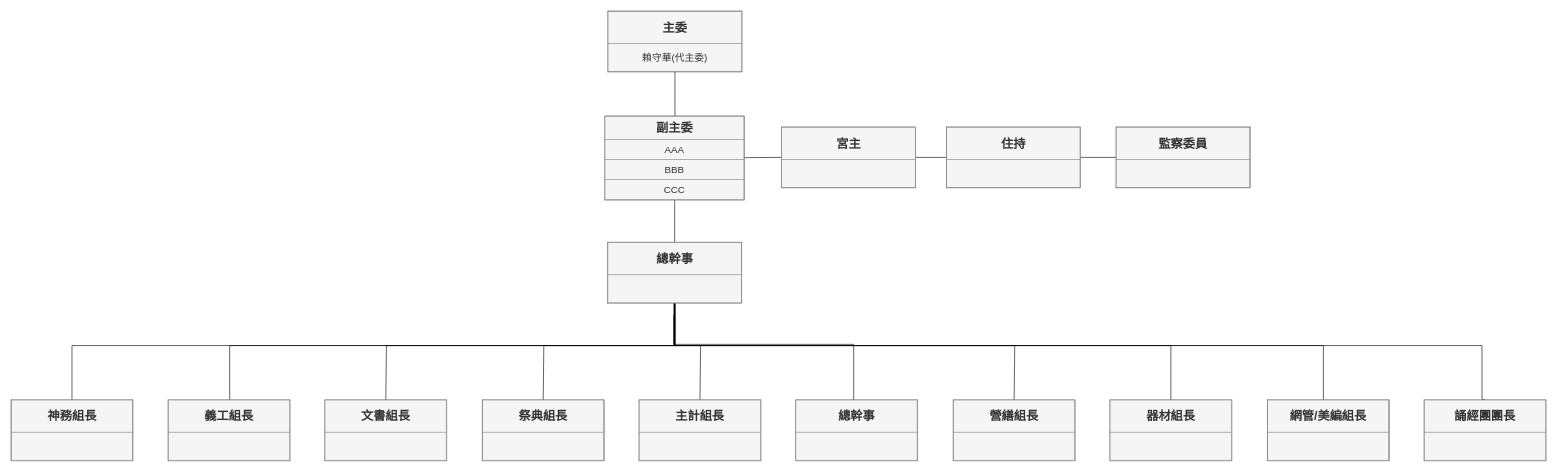
Above: Untitled Diagram.drawio in hahalin/ASPNETClass (draw.io), before the change. Source tidied: cells renumbered, new cells numbered last; positions are measured from the earlier drawing's top-left corner, leaving out a move shared by most shapes. Both pictures are drawn from the tidied source at 61%, with x=0, y=0 at pixel (10, 10).
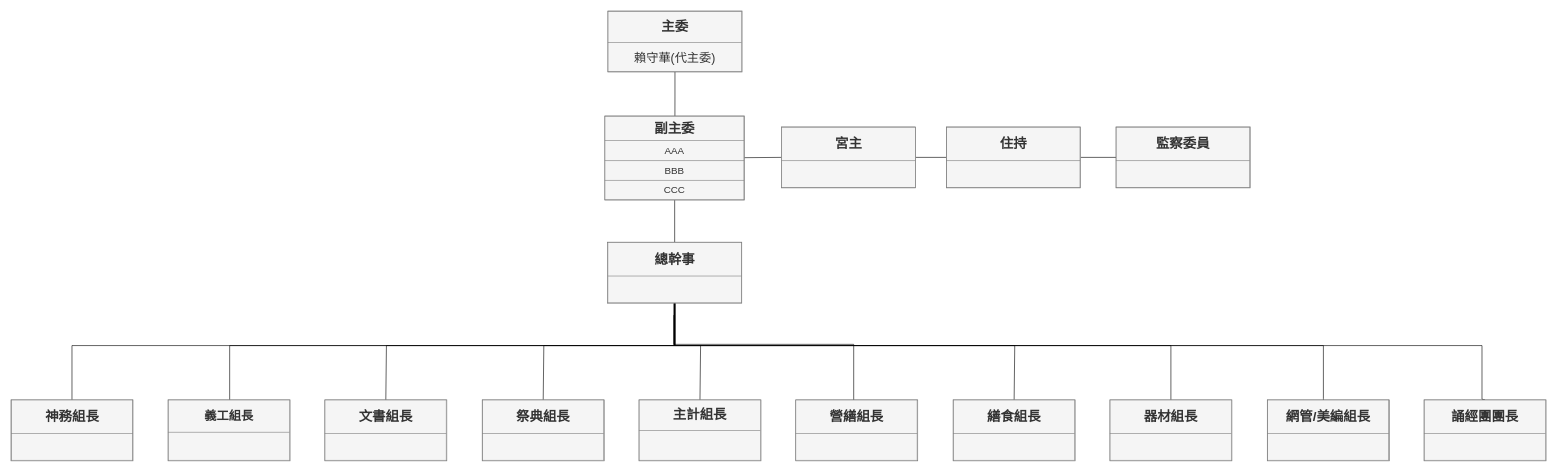
Above is the later version.

Commit message:
寶聖委員組織圖.drawio

What changed in the source:
```diff
@@
-    <mxCell id="11" value="&lt;table border=&quot;1&quot; width=&quot;100%&quot; cellpadding=&quot;4&quot; style=&quot;width: 100% ; height: 100% ; border-collapse: collapse ; font-size: 16px&quot;&gt;&lt;tbody&gt;&lt;tr&gt;&lt;th align=&quot;center&quot;&gt;&lt;b&gt;&lt;font style=&quot;font-size: 20px&quot;&gt;副主委&lt;/font&gt;&lt;/b&gt;&lt;/th&gt;&lt;/tr&gt;&lt;tr&gt;&lt;td align=&quot;center&quot;&gt;&lt;font style=&quot;font-size: 16px&quot;&gt;AAA&lt;br&gt;&lt;/font&gt;&lt;/td&gt;&lt;/tr&gt;&lt;tr&gt;&lt;td align=&quot;center&quot;&gt;&lt;font style=&quot;font-size: 16px&quot;&gt;BBB&lt;/font&gt;&lt;/td&gt;&lt;/tr&gt;&lt;tr&gt;&lt;td style=&quot;text-align: center&quot;&gt;&lt;font style=&quot;font-size: 16px&quot;&gt;CCC&lt;/font&gt;&lt;/td&gt;&lt;/tr&gt;&lt;/tbody&gt;&lt;/table&gt;&lt;br style=&quot;font-size: 16px&quot;&gt;" style="text;html=1;overflow=fill;rounded=0;fillColor=#f5f5f5;strokeColor=#666666;fontColor=#333333;" parent="1" vertex="1">
+    <mxCell id="11" value="&lt;table border=&quot;1&quot; width=&quot;100%&quot; cellpadding=&quot;4&quot; style=&quot;width: 100% ; height: 100% ; border-collapse: collapse ; font-size: 16px&quot;&gt;&lt;tbody&gt;&lt;tr&gt;&lt;th align=&quot;center&quot;&gt;&lt;b&gt;&lt;font style=&quot;font-size: 22px&quot;&gt;副主委&lt;/font&gt;&lt;/b&gt;&lt;/th&gt;&lt;/tr&gt;&lt;tr&gt;&lt;td align=&quot;center&quot;&gt;&lt;font style=&quot;font-size: 16px&quot;&gt;AAA&lt;br&gt;&lt;/font&gt;&lt;/td&gt;&lt;/tr&gt;&lt;tr&gt;&lt;td align=&quot;center&quot;&gt;&lt;font style=&quot;font-size: 16px&quot;&gt;BBB&lt;/font&gt;&lt;/td&gt;&lt;/tr&gt;&lt;tr&gt;&lt;td style=&quot;text-align: center&quot;&gt;&lt;font style=&quot;font-size: 16px&quot;&gt;CCC&lt;/font&gt;&lt;/td&gt;&lt;/tr&gt;&lt;/tbody&gt;&lt;/table&gt;&lt;br style=&quot;font-size: 16px&quot;&gt;" style="text;html=1;overflow=fill;rounded=0;fillColor=#f5f5f5;strokeColor=#666666;fontColor=#333333;" parent="1" vertex="1">
       <mxGeometry x="974" y="172.5" width="229" height="138" as="geometry" />
     </mxCell>
-    <mxCell id="12" value="&lt;table border=&quot;1&quot; width=&quot;100%&quot; cellpadding=&quot;4&quot; style=&quot;width: 100% ; height: 100% ; border-collapse: collapse ; font-size: 16px&quot;&gt;&lt;tbody&gt;&lt;tr&gt;&lt;th align=&quot;center&quot;&gt;&lt;b&gt;&lt;font style=&quot;font-size: 20px&quot;&gt;主委&lt;/font&gt;&lt;/b&gt;&lt;/th&gt;&lt;/tr&gt;&lt;tr&gt;&lt;td align=&quot;center&quot;&gt;賴守華(代主委)&lt;/td&gt;&lt;/tr&gt;&lt;/tbody&gt;&lt;/table&gt;&lt;br style=&quot;font-size: 16px&quot;&gt;" style="text;html=1;overflow=fill;rounded=0;fillColor=#f5f5f5;strokeColor=#666666;fontColor=#333333;" parent="1" vertex="1">
+    <mxCell id="12" value="&lt;table border=&quot;1&quot; width=&quot;100%&quot; cellpadding=&quot;4&quot; style=&quot;width: 100% ; height: 100% ; border-collapse: collapse ; font-size: 20px&quot;&gt;&lt;tbody&gt;&lt;tr&gt;&lt;th align=&quot;center&quot;&gt;&lt;b&gt;&lt;font style=&quot;font-size: 22px&quot;&gt;主委&lt;/font&gt;&lt;/b&gt;&lt;/th&gt;&lt;/tr&gt;&lt;tr&gt;&lt;td align=&quot;center&quot;&gt;&lt;font style=&quot;font-size: 20px&quot;&gt;賴守華(代主委)&lt;/font&gt;&lt;/td&gt;&lt;/tr&gt;&lt;/tbody&gt;&lt;/table&gt;&lt;br style=&quot;font-size: 20px&quot;&gt;" style="text;html=1;overflow=fill;rounded=0;fillColor=#f5f5f5;strokeColor=#666666;fontColor=#333333;" parent="1" vertex="1">
       <mxGeometry x="979" y="0.5" width="220" height="100" as="geometry" />
     </mxCell>
-    <mxCell id="13" value="&lt;table border=&quot;1&quot; width=&quot;100%&quot; cellpadding=&quot;4&quot; style=&quot;width: 100% ; height: 100% ; border-collapse: collapse ; font-size: 16px&quot;&gt;&lt;tbody&gt;&lt;tr&gt;&lt;th align=&quot;center&quot;&gt;&lt;b&gt;&lt;font style=&quot;font-size: 20px&quot;&gt;宮主&lt;/font&gt;&lt;/b&gt;&lt;/th&gt;&lt;/tr&gt;&lt;tr&gt;&lt;td align=&quot;center&quot;&gt;&lt;br&gt;&lt;/td&gt;&lt;/tr&gt;&lt;/tbody&gt;&lt;/table&gt;&lt;br style=&quot;font-size: 16px&quot;&gt;" style="text;html=1;overflow=fill;rounded=0;fillColor=#f5f5f5;strokeColor=#666666;fontColor=#333333;" parent="1" vertex="1">
+    <mxCell id="13" value="&lt;table border=&quot;1&quot; width=&quot;100%&quot; cellpadding=&quot;4&quot; style=&quot;width: 100% ; height: 100% ; border-collapse: collapse ; font-size: 16px&quot;&gt;&lt;tbody&gt;&lt;tr&gt;&lt;th align=&quot;center&quot;&gt;&lt;b&gt;&lt;font style=&quot;font-size: 22px&quot;&gt;宮主&lt;/font&gt;&lt;/b&gt;&lt;/th&gt;&lt;/tr&gt;&lt;tr&gt;&lt;td align=&quot;center&quot;&gt;&lt;br&gt;&lt;/td&gt;&lt;/tr&gt;&lt;/tbody&gt;&lt;/table&gt;&lt;br style=&quot;font-size: 16px&quot;&gt;" style="text;html=1;overflow=fill;rounded=0;fillColor=#f5f5f5;strokeColor=#666666;fontColor=#333333;" parent="1" vertex="1">
       <mxGeometry x="1263.5" y="190.5" width="220" height="100" as="geometry" />
     </mxCell>
-    <mxCell id="14" value="&lt;table border=&quot;1&quot; width=&quot;100%&quot; cellpadding=&quot;4&quot; style=&quot;width: 100% ; height: 100% ; border-collapse: collapse ; font-size: 16px&quot;&gt;&lt;tbody&gt;&lt;tr&gt;&lt;th align=&quot;center&quot;&gt;&lt;b&gt;&lt;font style=&quot;font-size: 20px&quot;&gt;住持&lt;/font&gt;&lt;/b&gt;&lt;/th&gt;&lt;/tr&gt;&lt;tr&gt;&lt;td align=&quot;center&quot;&gt;&lt;br&gt;&lt;/td&gt;&lt;/tr&gt;&lt;/tbody&gt;&lt;/table&gt;&lt;br style=&quot;font-size: 16px&quot;&gt;" style="text;html=1;overflow=fill;rounded=0;fillColor=#f5f5f5;strokeColor=#666666;fontColor=#333333;" parent="1" vertex="1">
+    <mxCell id="14" value="&lt;table border=&quot;1&quot; width=&quot;100%&quot; cellpadding=&quot;4&quot; style=&quot;width: 100% ; height: 100% ; border-collapse: collapse ; font-size: 16px&quot;&gt;&lt;tbody&gt;&lt;tr&gt;&lt;th align=&quot;center&quot;&gt;&lt;b&gt;&lt;font style=&quot;font-size: 22px&quot;&gt;住持&lt;/font&gt;&lt;/b&gt;&lt;/th&gt;&lt;/tr&gt;&lt;tr&gt;&lt;td align=&quot;center&quot;&gt;&lt;br&gt;&lt;/td&gt;&lt;/tr&gt;&lt;/tbody&gt;&lt;/table&gt;&lt;br style=&quot;font-size: 16px&quot;&gt;" style="text;html=1;overflow=fill;rounded=0;fillColor=#f5f5f5;strokeColor=#666666;fontColor=#333333;" parent="1" vertex="1">
       <mxGeometry x="1534" y="190.5" width="220" height="100" as="geometry" />
     </mxCell>
-    <mxCell id="15" value="&lt;table border=&quot;1&quot; width=&quot;100%&quot; cellpadding=&quot;4&quot; style=&quot;width: 100% ; height: 100% ; border-collapse: collapse ; font-size: 16px&quot;&gt;&lt;tbody&gt;&lt;tr&gt;&lt;th align=&quot;center&quot;&gt;&lt;span style=&quot;font-size: 20px&quot;&gt;監察委員&lt;/span&gt;&lt;/th&gt;&lt;/tr&gt;&lt;tr&gt;&lt;td align=&quot;center&quot;&gt;&lt;br&gt;&lt;/td&gt;&lt;/tr&gt;&lt;/tbody&gt;&lt;/table&gt;&lt;br style=&quot;font-size: 16px&quot;&gt;" style="text;html=1;overflow=fill;rounded=0;fillColor=#f5f5f5;strokeColor=#666666;fontColor=#333333;" parent="1" vertex="1">
+    <mxCell id="15" value="&lt;table border=&quot;1&quot; width=&quot;100%&quot; cellpadding=&quot;4&quot; style=&quot;width: 100% ; height: 100% ; border-collapse: collapse ; font-size: 16px&quot;&gt;&lt;tbody&gt;&lt;tr&gt;&lt;th align=&quot;center&quot;&gt;&lt;font style=&quot;font-size: 22px&quot;&gt;監察委員&lt;/font&gt;&lt;/th&gt;&lt;/tr&gt;&lt;tr&gt;&lt;td align=&quot;center&quot;&gt;&lt;br&gt;&lt;/td&gt;&lt;/tr&gt;&lt;/tbody&gt;&lt;/table&gt;&lt;br style=&quot;font-size: 16px&quot;&gt;" style="text;html=1;overflow=fill;rounded=0;fillColor=#f5f5f5;strokeColor=#666666;fontColor=#333333;" parent="1" vertex="1">
       <mxGeometry x="1812" y="190.5" width="220" height="100" as="geometry" />
     </mxCell>
@@
-    <mxCell id="22" value="&lt;table border=&quot;1&quot; width=&quot;100%&quot; cellpadding=&quot;4&quot; style=&quot;width: 100% ; height: 100% ; border-collapse: collapse ; font-size: 16px&quot;&gt;&lt;tbody&gt;&lt;tr&gt;&lt;th align=&quot;center&quot;&gt;&lt;span style=&quot;font-size: 20px&quot;&gt;總幹事&lt;/span&gt;&lt;/th&gt;&lt;/tr&gt;&lt;tr&gt;&lt;td align=&quot;center&quot;&gt;&lt;br&gt;&lt;/td&gt;&lt;/tr&gt;&lt;/tbody&gt;&lt;/table&gt;&lt;br style=&quot;font-size: 16px&quot;&gt;" style="text;html=1;overflow=fill;rounded=0;fillColor=#f5f5f5;strokeColor=#666666;fontColor=#333333;" parent="1" vertex="1">
+    <mxCell id="22" value="&lt;table border=&quot;1&quot; width=&quot;100%&quot; cellpadding=&quot;4&quot; style=&quot;width: 100% ; height: 100% ; border-collapse: collapse ; font-size: 16px&quot;&gt;&lt;tbody&gt;&lt;tr&gt;&lt;th align=&quot;center&quot;&gt;&lt;font style=&quot;font-size: 22px&quot;&gt;總幹事&lt;/font&gt;&lt;/th&gt;&lt;/tr&gt;&lt;tr&gt;&lt;td align=&quot;center&quot;&gt;&lt;br&gt;&lt;/td&gt;&lt;/tr&gt;&lt;/tbody&gt;&lt;/table&gt;&lt;br style=&quot;font-size: 16px&quot;&gt;" style="text;html=1;overflow=fill;rounded=0;fillColor=#f5f5f5;strokeColor=#666666;fontColor=#333333;" parent="1" vertex="1">
       <mxGeometry x="978.5" y="379.5" width="220" height="100" as="geometry" />
     </mxCell>
-    <mxCell id="23" value="&lt;table border=&quot;1&quot; width=&quot;100%&quot; cellpadding=&quot;4&quot; style=&quot;width: 100% ; height: 100% ; border-collapse: collapse ; font-size: 16px&quot;&gt;&lt;tbody&gt;&lt;tr&gt;&lt;th align=&quot;center&quot;&gt;&lt;span style=&quot;font-size: 20px&quot;&gt;神務組長&lt;/span&gt;&lt;/th&gt;&lt;/tr&gt;&lt;tr&gt;&lt;td align=&quot;center&quot;&gt;&lt;br&gt;&lt;/td&gt;&lt;/tr&gt;&lt;/tbody&gt;&lt;/table&gt;&lt;br style=&quot;font-size: 16px&quot;&gt;" style="text;html=1;overflow=fill;rounded=0;fillColor=#f5f5f5;strokeColor=#666666;fontColor=#333333;flipH=1;" parent="1" vertex="1">
+    <mxCell id="23" value="&lt;table border=&quot;1&quot; width=&quot;100%&quot; cellpadding=&quot;4&quot; style=&quot;width: 100% ; height: 100% ; border-collapse: collapse ; font-size: 16px&quot;&gt;&lt;tbody&gt;&lt;tr&gt;&lt;th align=&quot;center&quot;&gt;&lt;font style=&quot;font-size: 22px&quot;&gt;神務組長&lt;/font&gt;&lt;/th&gt;&lt;/tr&gt;&lt;tr&gt;&lt;td align=&quot;center&quot;&gt;&lt;br&gt;&lt;/td&gt;&lt;/tr&gt;&lt;/tbody&gt;&lt;/table&gt;&lt;br style=&quot;font-size: 16px&quot;&gt;" style="text;html=1;overflow=fill;rounded=0;fillColor=#f5f5f5;strokeColor=#666666;fontColor=#333333;flipH=1;" parent="1" vertex="1">
       <mxGeometry x="0.5" y="638" width="200" height="100" as="geometry" />
     </mxCell>
@@
-    <mxCell id="25" value="&lt;table border=&quot;1&quot; width=&quot;100%&quot; cellpadding=&quot;4&quot; style=&quot;width: 100% ; height: 100% ; border-collapse: collapse ; font-size: 16px&quot;&gt;&lt;tbody&gt;&lt;tr&gt;&lt;th align=&quot;center&quot;&gt;&lt;span style=&quot;font-size: 20px&quot;&gt;文書組長&lt;/span&gt;&lt;/th&gt;&lt;/tr&gt;&lt;tr&gt;&lt;td align=&quot;center&quot;&gt;&lt;br&gt;&lt;/td&gt;&lt;/tr&gt;&lt;/tbody&gt;&lt;/table&gt;&lt;br style=&quot;font-size: 16px&quot;&gt;" style="text;html=1;overflow=fill;rounded=0;fillColor=#f5f5f5;strokeColor=#666666;fontColor=#333333;flipH=1;" parent="1" vertex="1">
+    <mxCell id="25" value="&lt;table border=&quot;1&quot; width=&quot;100%&quot; cellpadding=&quot;4&quot; style=&quot;width: 100% ; height: 100% ; border-collapse: collapse ; font-size: 16px&quot;&gt;&lt;tbody&gt;&lt;tr&gt;&lt;th align=&quot;center&quot;&gt;&lt;font style=&quot;font-size: 22px&quot;&gt;文書組長&lt;/font&gt;&lt;/th&gt;&lt;/tr&gt;&lt;tr&gt;&lt;td align=&quot;center&quot;&gt;&lt;br&gt;&lt;/td&gt;&lt;/tr&gt;&lt;/tbody&gt;&lt;/table&gt;&lt;br style=&quot;font-size: 16px&quot;&gt;" style="text;html=1;overflow=fill;rounded=0;fillColor=#f5f5f5;strokeColor=#666666;fontColor=#333333;flipH=1;" parent="1" vertex="1">
       <mxGeometry x="515" y="638" width="200" height="100" as="geometry" />
     </mxCell>
-    <mxCell id="26" value="&lt;table border=&quot;1&quot; width=&quot;100%&quot; cellpadding=&quot;4&quot; style=&quot;width: 100% ; height: 100% ; border-collapse: collapse ; font-size: 16px&quot;&gt;&lt;tbody&gt;&lt;tr&gt;&lt;th align=&quot;center&quot;&gt;&lt;span style=&quot;font-size: 20px&quot;&gt;祭典組長&lt;/span&gt;&lt;/th&gt;&lt;/tr&gt;&lt;tr&gt;&lt;td align=&quot;center&quot;&gt;&lt;br&gt;&lt;/td&gt;&lt;/tr&gt;&lt;/tbody&gt;&lt;/table&gt;&lt;br style=&quot;font-size: 16px&quot;&gt;" style="text;html=1;overflow=fill;rounded=0;fillColor=#f5f5f5;strokeColor=#666666;fontColor=#333333;flipH=1;" parent="1" vertex="1">
+    <mxCell id="26" value="&lt;table border=&quot;1&quot; width=&quot;100%&quot; cellpadding=&quot;4&quot; style=&quot;width: 100% ; height: 100% ; border-collapse: collapse ; font-size: 16px&quot;&gt;&lt;tbody&gt;&lt;tr&gt;&lt;th align=&quot;center&quot;&gt;&lt;font style=&quot;font-size: 22px&quot;&gt;祭典組長&lt;/font&gt;&lt;/th&gt;&lt;/tr&gt;&lt;tr&gt;&lt;td align=&quot;center&quot;&gt;&lt;br&gt;&lt;/td&gt;&lt;/tr&gt;&lt;/tbody&gt;&lt;/table&gt;&lt;br style=&quot;font-size: 16px&quot;&gt;" style="text;html=1;overflow=fill;rounded=0;fillColor=#f5f5f5;strokeColor=#666666;fontColor=#333333;flipH=1;" parent="1" vertex="1">
       <mxGeometry x="773" y="638" width="200" height="100" as="geometry" />
     </mxCell>
-    <mxCell id="27" value="&lt;table border=&quot;1&quot; width=&quot;100%&quot; cellpadding=&quot;4&quot; style=&quot;width: 100% ; height: 100% ; border-collapse: collapse ; font-size: 16px&quot;&gt;&lt;tbody&gt;&lt;tr&gt;&lt;th align=&quot;center&quot;&gt;&lt;span style=&quot;font-size: 20px&quot;&gt;主計組長&lt;/span&gt;&lt;/th&gt;&lt;/tr&gt;&lt;tr&gt;&lt;td align=&quot;center&quot;&gt;&lt;br&gt;&lt;/td&gt;&lt;/tr&gt;&lt;/tbody&gt;&lt;/table&gt;&lt;br style=&quot;font-size: 16px&quot;&gt;" style="text;html=1;overflow=fill;rounded=0;fillColor=#f5f5f5;strokeColor=#666666;fontColor=#333333;flipH=1;" parent="1" vertex="1">
+    <mxCell id="27" value="&lt;table border=&quot;1&quot; width=&quot;100%&quot; cellpadding=&quot;4&quot; style=&quot;width: 100% ; height: 100% ; border-collapse: collapse ; font-size: 22px&quot;&gt;&lt;tbody&gt;&lt;tr&gt;&lt;th align=&quot;center&quot;&gt;&lt;span&gt;主計組長&lt;/span&gt;&lt;/th&gt;&lt;/tr&gt;&lt;tr&gt;&lt;td align=&quot;center&quot;&gt;&lt;br&gt;&lt;/td&gt;&lt;/tr&gt;&lt;/tbody&gt;&lt;/table&gt;&lt;br style=&quot;font-size: 16px&quot;&gt;" style="text;html=1;overflow=fill;rounded=0;fillColor=#f5f5f5;strokeColor=#666666;fontColor=#333333;flipH=1;" parent="1" vertex="1">
       <mxGeometry x="1030" y="638" width="200" height="100" as="geometry" />
     </mxCell>
-    <mxCell id="28" value="&lt;table border=&quot;1&quot; width=&quot;100%&quot; cellpadding=&quot;4&quot; style=&quot;width: 100% ; height: 100% ; border-collapse: collapse ; font-size: 16px&quot;&gt;&lt;tbody&gt;&lt;tr&gt;&lt;th align=&quot;center&quot;&gt;&lt;span style=&quot;font-size: 20px&quot;&gt;總幹事&lt;/span&gt;&lt;/th&gt;&lt;/tr&gt;&lt;tr&gt;&lt;td align=&quot;center&quot;&gt;&lt;br&gt;&lt;/td&gt;&lt;/tr&gt;&lt;/tbody&gt;&lt;/table&gt;&lt;br style=&quot;font-size: 16px&quot;&gt;" style="text;html=1;overflow=fill;rounded=0;fillColor=#f5f5f5;strokeColor=#666666;fontColor=#333333;flipH=1;" parent="1" vertex="1">
+    <mxCell id="28" value="&lt;table border=&quot;1&quot; width=&quot;100%&quot; cellpadding=&quot;4&quot; style=&quot;width: 100% ; height: 100% ; border-collapse: collapse ; font-size: 16px&quot;&gt;&lt;tbody&gt;&lt;tr&gt;&lt;th align=&quot;center&quot;&gt;&lt;font style=&quot;font-size: 22px&quot;&gt;營繕組長&lt;/font&gt;&lt;/th&gt;&lt;/tr&gt;&lt;tr&gt;&lt;td align=&quot;center&quot;&gt;&lt;br&gt;&lt;/td&gt;&lt;/tr&gt;&lt;/tbody&gt;&lt;/table&gt;&lt;br style=&quot;font-size: 16px&quot;&gt;" style="text;html=1;overflow=fill;rounded=0;fillColor=#f5f5f5;strokeColor=#666666;fontColor=#333333;flipH=1;" parent="1" vertex="1">
       <mxGeometry x="1287" y="638" width="200" height="100" as="geometry" />
     </mxCell>
-    <mxCell id="29" value="&lt;table border=&quot;1&quot; width=&quot;100%&quot; cellpadding=&quot;4&quot; style=&quot;width: 100% ; height: 100% ; border-collapse: collapse ; font-size: 16px&quot;&gt;&lt;tbody&gt;&lt;tr&gt;&lt;th align=&quot;center&quot;&gt;&lt;span style=&quot;font-size: 20px&quot;&gt;營繕組長&lt;/span&gt;&lt;/th&gt;&lt;/tr&gt;&lt;tr&gt;&lt;td align=&quot;center&quot;&gt;&lt;br&gt;&lt;/td&gt;&lt;/tr&gt;&lt;/tbody&gt;&lt;/table&gt;&lt;br style=&quot;font-size: 16px&quot;&gt;" style="text;html=1;overflow=fill;rounded=0;fillColor=#f5f5f5;strokeColor=#666666;fontColor=#333333;flipH=1;" parent="1" vertex="1">
+    <mxCell id="29" value="&lt;table border=&quot;1&quot; width=&quot;100%&quot; cellpadding=&quot;4&quot; style=&quot;width: 100% ; height: 100% ; border-collapse: collapse ; font-size: 16px&quot;&gt;&lt;tbody&gt;&lt;tr&gt;&lt;th align=&quot;center&quot;&gt;&lt;font style=&quot;font-size: 22px&quot;&gt;繕食組長&lt;/font&gt;&lt;/th&gt;&lt;/tr&gt;&lt;tr&gt;&lt;td align=&quot;center&quot;&gt;&lt;br&gt;&lt;/td&gt;&lt;/tr&gt;&lt;/tbody&gt;&lt;/table&gt;&lt;br style=&quot;font-size: 16px&quot;&gt;" style="text;html=1;overflow=fill;rounded=0;fillColor=#f5f5f5;strokeColor=#666666;fontColor=#333333;flipH=1;" parent="1" vertex="1">
       <mxGeometry x="1545" y="638" width="200" height="100" as="geometry" />
     </mxCell>
-    <mxCell id="30" value="&lt;table border=&quot;1&quot; width=&quot;100%&quot; cellpadding=&quot;4&quot; style=&quot;width: 100% ; height: 100% ; border-collapse: collapse ; font-size: 16px&quot;&gt;&lt;tbody&gt;&lt;tr&gt;&lt;th align=&quot;center&quot;&gt;&lt;span style=&quot;font-size: 20px&quot;&gt;器材組長&lt;/span&gt;&lt;/th&gt;&lt;/tr&gt;&lt;tr&gt;&lt;td align=&quot;center&quot;&gt;&lt;br&gt;&lt;/td&gt;&lt;/tr&gt;&lt;/tbody&gt;&lt;/table&gt;&lt;br style=&quot;font-size: 16px&quot;&gt;" style="text;html=1;overflow=fill;rounded=0;fillColor=#f5f5f5;strokeColor=#666666;fontColor=#333333;flipH=1;" parent="1" vertex="1">
+    <mxCell id="30" value="&lt;table border=&quot;1&quot; width=&quot;100%&quot; cellpadding=&quot;4&quot; style=&quot;width: 100% ; height: 100% ; border-collapse: collapse ; font-size: 16px&quot;&gt;&lt;tbody&gt;&lt;tr&gt;&lt;th align=&quot;center&quot;&gt;&lt;font style=&quot;font-size: 22px&quot;&gt;器材組長&lt;/font&gt;&lt;/th&gt;&lt;/tr&gt;&lt;tr&gt;&lt;td align=&quot;center&quot;&gt;&lt;br&gt;&lt;/td&gt;&lt;/tr&gt;&lt;/tbody&gt;&lt;/table&gt;&lt;br style=&quot;font-size: 16px&quot;&gt;" style="text;html=1;overflow=fill;rounded=0;fillColor=#f5f5f5;strokeColor=#666666;fontColor=#333333;flipH=1;" parent="1" vertex="1">
       <mxGeometry x="1802" y="638" width="200" height="100" as="geometry" />
     </mxCell>
-    <mxCell id="31" value="&lt;table border=&quot;1&quot; width=&quot;100%&quot; cellpadding=&quot;4&quot; style=&quot;width: 100% ; height: 100% ; border-collapse: collapse ; font-size: 16px&quot;&gt;&lt;tbody&gt;&lt;tr&gt;&lt;th align=&quot;center&quot;&gt;&lt;span style=&quot;font-size: 20px&quot;&gt;網管/美編組長&lt;/span&gt;&lt;/th&gt;&lt;/tr&gt;&lt;tr&gt;&lt;td align=&quot;center&quot;&gt;&lt;br&gt;&lt;/td&gt;&lt;/tr&gt;&lt;/tbody&gt;&lt;/table&gt;&lt;br style=&quot;font-size: 16px&quot;&gt;" style="text;html=1;overflow=fill;rounded=0;fillColor=#f5f5f5;strokeColor=#666666;fontColor=#333333;flipH=1;" parent="1" vertex="1">
+    <mxCell id="31" value="&lt;table border=&quot;1&quot; width=&quot;100%&quot; cellpadding=&quot;4&quot; style=&quot;width: 100% ; height: 100% ; border-collapse: collapse ; font-size: 16px&quot;&gt;&lt;tbody&gt;&lt;tr&gt;&lt;th align=&quot;center&quot;&gt;&lt;font style=&quot;font-size: 22px&quot;&gt;網管/美編組長&lt;/font&gt;&lt;/th&gt;&lt;/tr&gt;&lt;tr&gt;&lt;td align=&quot;center&quot;&gt;&lt;br&gt;&lt;/td&gt;&lt;/tr&gt;&lt;/tbody&gt;&lt;/table&gt;&lt;br style=&quot;font-size: 16px&quot;&gt;" style="text;html=1;overflow=fill;rounded=0;fillColor=#f5f5f5;strokeColor=#666666;fontColor=#333333;flipH=1;" parent="1" vertex="1">
       <mxGeometry x="2060" y="638" width="200" height="100" as="geometry" />
     </mxCell>
-    <mxCell id="32" value="&lt;table border=&quot;1&quot; width=&quot;100%&quot; cellpadding=&quot;4&quot; style=&quot;width: 100% ; height: 100% ; border-collapse: collapse ; font-size: 16px&quot;&gt;&lt;tbody&gt;&lt;tr&gt;&lt;th align=&quot;center&quot;&gt;&lt;span style=&quot;font-size: 20px&quot;&gt;誦經團團長&lt;/span&gt;&lt;/th&gt;&lt;/tr&gt;&lt;tr&gt;&lt;td align=&quot;center&quot;&gt;&lt;br&gt;&lt;/td&gt;&lt;/tr&gt;&lt;/tbody&gt;&lt;/table&gt;&lt;br style=&quot;font-size: 16px&quot;&gt;" style="text;html=1;overflow=fill;rounded=0;fillColor=#f5f5f5;strokeColor=#666666;fontColor=#333333;flipH=1;" parent="1" vertex="1">
+    <mxCell id="32" value="&lt;table border=&quot;1&quot; width=&quot;100%&quot; cellpadding=&quot;4&quot; style=&quot;width: 100% ; height: 100% ; border-collapse: collapse ; font-size: 16px&quot;&gt;&lt;tbody&gt;&lt;tr&gt;&lt;th align=&quot;center&quot;&gt;&lt;font style=&quot;font-size: 22px&quot;&gt;誦經團團長&lt;/font&gt;&lt;/th&gt;&lt;/tr&gt;&lt;tr&gt;&lt;td align=&quot;center&quot;&gt;&lt;br&gt;&lt;/td&gt;&lt;/tr&gt;&lt;/tbody&gt;&lt;/table&gt;&lt;br style=&quot;font-size: 16px&quot;&gt;" style="text;html=1;overflow=fill;rounded=0;fillColor=#f5f5f5;strokeColor=#666666;fontColor=#333333;flipH=1;" parent="1" vertex="1">
       <mxGeometry x="2317" y="638" width="200" height="100" as="geometry" />
     </mxCell>
```
